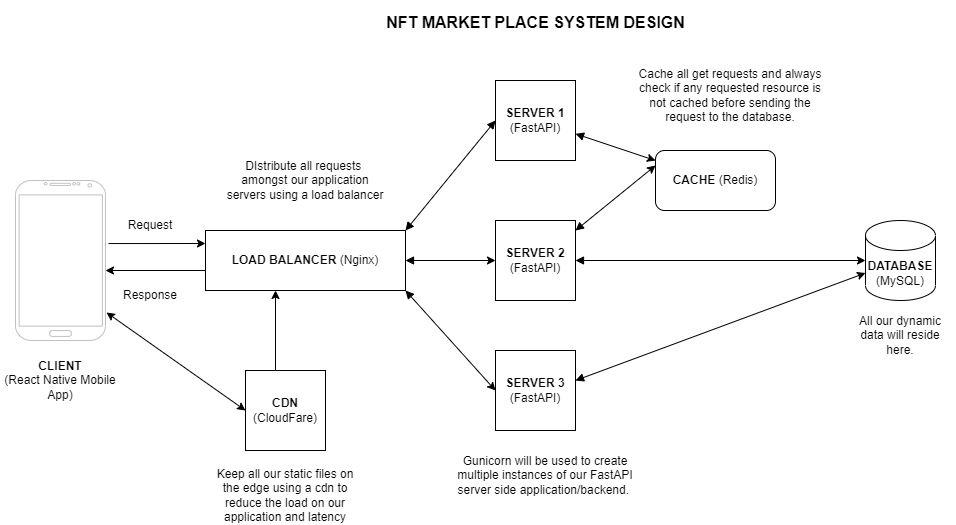
The draw.io diagram diagrams/system-design.png in kevy0915/NFT_MarketPlace, before a commit. Source tidied: cells renumbered, new cells last; positions are measured from the earlier drawing's top-left corner, leaving out a move shared by most shapes. Source of this version:
```xml
<mxGraphModel>
  <root>
    <mxCell id="0" />
    <mxCell id="1" parent="0" />
    <mxCell id="2" style="verticalLabelPosition=bottom;verticalAlign=top;html=1;shadow=0;dashed=0;strokeWidth=1;shape=mxgraph.android.phone2;strokeColor=#c0c0c0;" parent="1" vertex="1">
      <mxGeometry x="15" y="180" width="90" height="160" as="geometry" />
    </mxCell>
    <mxCell id="3" value="&lt;font style=&quot;font-size: 16px;&quot;&gt;NFT MARKET PLACE SYSTEM DESIGN&lt;/font&gt;" style="text;strokeColor=none;fillColor=none;html=1;fontSize=24;fontStyle=1;verticalAlign=middle;align=center;" parent="1" vertex="1">
      <mxGeometry x="485" width="100" height="40" as="geometry" />
    </mxCell>
    <mxCell id="4" value="&lt;b&gt;CLIENT&lt;/b&gt;&lt;br&gt;(React Native Mobile App)" style="text;html=1;strokeColor=none;fillColor=none;align=center;verticalAlign=middle;whiteSpace=wrap;rounded=0;" parent="1" vertex="1">
      <mxGeometry y="360" width="120" height="40" as="geometry" />
    </mxCell>
    <mxCell id="5" value="&lt;b&gt;LOAD BALANCER&amp;nbsp;&lt;/b&gt;(Nginx)" style="rounded=0;whiteSpace=wrap;html=1;" parent="1" vertex="1">
      <mxGeometry x="205" y="230" width="200" height="60" as="geometry" />
    </mxCell>
    <mxCell id="6" style="endArrow=classic;html=1;rounded=0;exitX=1.033;exitY=0.394;exitDx=0;exitDy=0;exitPerimeter=0;" parent="1" edge="1" source="2">
      <mxGeometry relative="1" as="geometry">
        <mxPoint x="205" y="243" as="targetPoint" />
      </mxGeometry>
    </mxCell>
    <mxCell id="7" value="&lt;b&gt;SERVER 1&lt;/b&gt;&lt;br&gt;(FastAPI)" style="whiteSpace=wrap;html=1;" parent="1" vertex="1">
      <mxGeometry x="495" y="80" width="80" height="80" as="geometry" />
    </mxCell>
    <mxCell id="8" value="&lt;span style=&quot;&quot;&gt;&lt;b&gt;SERVER 2&lt;br&gt;&lt;/b&gt;&lt;/span&gt;(FastAPI)&lt;span style=&quot;&quot;&gt;&lt;b&gt;&lt;br&gt;&lt;/b&gt;&lt;/span&gt;" style="whiteSpace=wrap;html=1;" parent="1" vertex="1">
      <mxGeometry x="495" y="220" width="80" height="80" as="geometry" />
    </mxCell>
    <mxCell id="9" value="&lt;span style=&quot;&quot;&gt;&lt;b&gt;SERVER 3&lt;br&gt;&lt;/b&gt;&lt;/span&gt;(FastAPI)&lt;span style=&quot;&quot;&gt;&lt;b&gt;&lt;br&gt;&lt;/b&gt;&lt;/span&gt;" style="whiteSpace=wrap;html=1;" parent="1" vertex="1">
      <mxGeometry x="495" y="350" width="80" height="80" as="geometry" />
    </mxCell>
    <mxCell id="10" value="&lt;b&gt;CACHE&lt;/b&gt;&amp;nbsp;(Redis)" style="rounded=1;whiteSpace=wrap;html=1;" parent="1" vertex="1">
      <mxGeometry x="655" y="150" width="120" height="60" as="geometry" />
    </mxCell>
    <mxCell id="11" value="&lt;b&gt;DATABASE&lt;/b&gt;&lt;br&gt;(MySQL)" style="shape=cylinder3;whiteSpace=wrap;html=1;boundedLbl=1;backgroundOutline=1;size=15;" parent="1" vertex="1">
      <mxGeometry x="865" y="220" width="70" height="80" as="geometry" />
    </mxCell>
    <mxCell id="12" value="Gunicorn will be used to create multiple instances of our FastAPI server side application/backend.&amp;nbsp;" style="text;html=1;strokeColor=none;fillColor=none;align=center;verticalAlign=middle;whiteSpace=wrap;rounded=0;" parent="1" vertex="1">
      <mxGeometry x="455" y="460" width="180" height="30" as="geometry" />
    </mxCell>
    <mxCell id="13" style="endArrow=block;html=1;rounded=0;exitX=1;exitY=0;exitDx=0;exitDy=0;entryX=0;entryY=0.5;entryDx=0;entryDy=0;endFill=1;startArrow=block;startFill=1;" parent="1" edge="1" source="5" target="7">
      <mxGeometry relative="1" as="geometry" />
    </mxCell>
    <mxCell id="14" style="endArrow=classic;html=1;rounded=0;entryX=0;entryY=0.5;entryDx=0;entryDy=0;exitX=1;exitY=0.5;exitDx=0;exitDy=0;startArrow=block;startFill=1;" parent="1" edge="1" source="5" target="8">
      <mxGeometry relative="1" as="geometry" />
    </mxCell>
    <mxCell id="15" style="endArrow=classic;html=1;rounded=0;entryX=0;entryY=0.5;entryDx=0;entryDy=0;exitX=1;exitY=1;exitDx=0;exitDy=0;startArrow=block;startFill=1;" parent="1" edge="1" source="5" target="9">
      <mxGeometry relative="1" as="geometry" />
    </mxCell>
    <mxCell id="16" style="endArrow=classic;html=1;rounded=0;entryX=0;entryY=0.167;entryDx=0;entryDy=0;entryPerimeter=0;startArrow=block;startFill=1;" parent="1" edge="1" source="7" target="10">
      <mxGeometry relative="1" as="geometry" />
    </mxCell>
    <mxCell id="17" style="endArrow=classic;html=1;rounded=0;entryX=0;entryY=0.25;entryDx=0;entryDy=0;startArrow=block;startFill=1;" parent="1" edge="1" target="10">
      <mxGeometry relative="1" as="geometry">
        <mxPoint x="575" y="230" as="sourcePoint" />
      </mxGeometry>
    </mxCell>
    <mxCell id="18" style="endArrow=classic;html=1;rounded=0;entryX=0;entryY=0;entryDx=0;entryDy=52.5;entryPerimeter=0;startArrow=block;startFill=1;" parent="1" edge="1" target="11">
      <mxGeometry relative="1" as="geometry">
        <mxPoint x="575" y="380" as="sourcePoint" />
      </mxGeometry>
    </mxCell>
    <mxCell id="19" style="endArrow=classic;html=1;rounded=0;entryX=0;entryY=0.5;entryDx=0;entryDy=0;entryPerimeter=0;startArrow=block;startFill=1;" parent="1" edge="1" source="8" target="11">
      <mxGeometry relative="1" as="geometry" />
    </mxCell>
    <mxCell id="20" value="Cache all get requests and always check if any requested resource is not cached before sending the request to the database." style="text;html=1;strokeColor=none;fillColor=none;align=center;verticalAlign=middle;whiteSpace=wrap;rounded=0;" parent="1" vertex="1">
      <mxGeometry x="635" y="80" width="190" height="30" as="geometry" />
    </mxCell>
    <mxCell id="21" value="Request" style="text;html=1;strokeColor=none;fillColor=none;align=center;verticalAlign=middle;whiteSpace=wrap;rounded=0;" parent="1" vertex="1">
      <mxGeometry x="120" y="210" width="60" height="30" as="geometry" />
    </mxCell>
    <mxCell id="22" style="endArrow=classic;html=1;rounded=0;" parent="1" edge="1">
      <mxGeometry relative="1" as="geometry">
        <mxPoint x="205" y="270" as="sourcePoint" />
        <mxPoint x="105" y="270" as="targetPoint" />
      </mxGeometry>
    </mxCell>
    <mxCell id="23" value="Response" style="text;html=1;strokeColor=none;fillColor=none;align=center;verticalAlign=middle;whiteSpace=wrap;rounded=0;" parent="1" vertex="1">
      <mxGeometry x="120" y="280" width="60" height="30" as="geometry" />
    </mxCell>
    <mxCell id="24" value="&lt;b&gt;CDN&lt;/b&gt;&lt;br&gt;(CloudFare)" style="whiteSpace=wrap;html=1;" parent="1" vertex="1">
      <mxGeometry x="245" y="370" width="80" height="80" as="geometry" />
    </mxCell>
    <mxCell id="25" style="endArrow=classic;startArrow=classic;html=1;rounded=0;entryX=0;entryY=0.5;entryDx=0;entryDy=0;exitX=1.011;exitY=0.825;exitDx=0;exitDy=0;exitPerimeter=0;" parent="1" edge="1" source="2" target="24">
      <mxGeometry relative="1" as="geometry" />
    </mxCell>
    <mxCell id="26" value="DIstribute all requests&amp;nbsp; amongst our application servers using a load balancer" style="text;html=1;strokeColor=none;fillColor=none;align=center;verticalAlign=middle;whiteSpace=wrap;rounded=0;" parent="1" vertex="1">
      <mxGeometry x="225" y="160" width="160" height="40" as="geometry" />
    </mxCell>
    <mxCell id="27" value="Keep all our static files on the edge using a cdn to reduce the load on our application and latency" style="text;html=1;strokeColor=none;fillColor=none;align=center;verticalAlign=middle;whiteSpace=wrap;rounded=0;" parent="1" vertex="1">
      <mxGeometry x="215" y="480" width="140" height="30" as="geometry" />
    </mxCell>
    <mxCell id="28" value="All our dynamic data will reside here." style="text;html=1;strokeColor=none;fillColor=none;align=center;verticalAlign=middle;whiteSpace=wrap;rounded=0;" parent="1" vertex="1">
      <mxGeometry x="845" y="320" width="110" height="30" as="geometry" />
    </mxCell>
    <mxCell id="29" style="endArrow=classic;html=1;rounded=0;" parent="1" edge="1">
      <mxGeometry relative="1" as="geometry">
        <mxPoint x="275" y="370" as="sourcePoint" />
        <mxPoint x="275" y="290" as="targetPoint" />
      </mxGeometry>
    </mxCell>
  </root>
</mxGraphModel>
```
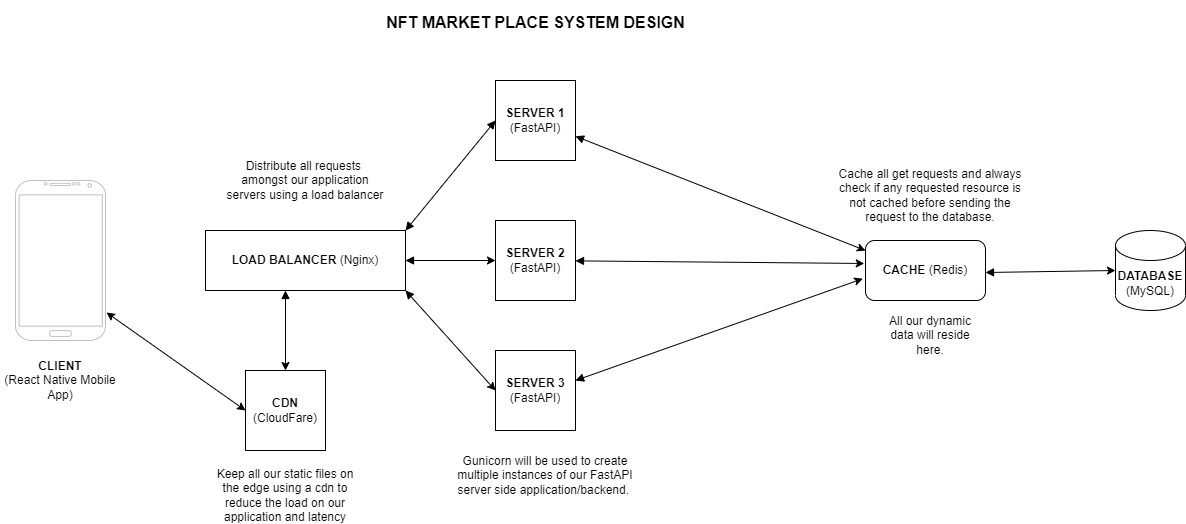
Above is the later version.

Commit message:
updated and improved  the system design diagram

What changed in the source:
```diff
@@ -14,11 +14,6 @@
     <mxCell id="5" value="&lt;b&gt;LOAD BALANCER&amp;nbsp;&lt;/b&gt;(Nginx)" style="rounded=0;whiteSpace=wrap;html=1;" parent="1" vertex="1">
       <mxGeometry x="205" y="230" width="200" height="60" as="geometry" />
     </mxCell>
-    <mxCell id="6" style="endArrow=classic;html=1;rounded=0;exitX=1.033;exitY=0.394;exitDx=0;exitDy=0;exitPerimeter=0;" parent="1" edge="1" source="2">
-      <mxGeometry relative="1" as="geometry">
-        <mxPoint x="205" y="243" as="targetPoint" />
-      </mxGeometry>
-    </mxCell>
     <mxCell id="7" value="&lt;b&gt;SERVER 1&lt;/b&gt;&lt;br&gt;(FastAPI)" style="whiteSpace=wrap;html=1;" parent="1" vertex="1">
       <mxGeometry x="495" y="80" width="80" height="80" as="geometry" />
     </mxCell>
@@ -29,10 +24,10 @@
       <mxGeometry x="495" y="350" width="80" height="80" as="geometry" />
     </mxCell>
     <mxCell id="10" value="&lt;b&gt;CACHE&lt;/b&gt;&amp;nbsp;(Redis)" style="rounded=1;whiteSpace=wrap;html=1;" parent="1" vertex="1">
-      <mxGeometry x="655" y="150" width="120" height="60" as="geometry" />
+      <mxGeometry x="865" y="240" width="120" height="60" as="geometry" />
     </mxCell>
     <mxCell id="11" value="&lt;b&gt;DATABASE&lt;/b&gt;&lt;br&gt;(MySQL)" style="shape=cylinder3;whiteSpace=wrap;html=1;boundedLbl=1;backgroundOutline=1;size=15;" parent="1" vertex="1">
-      <mxGeometry x="865" y="220" width="70" height="80" as="geometry" />
+      <mxGeometry x="1115" y="230" width="70" height="80" as="geometry" />
     </mxCell>
     <mxCell id="12" value="Gunicorn will be used to create multiple instances of our FastAPI server side application/backend.&amp;nbsp;" style="text;html=1;strokeColor=none;fillColor=none;align=center;verticalAlign=middle;whiteSpace=wrap;rounded=0;" parent="1" vertex="1">
       <mxGeometry x="455" y="460" width="180" height="30" as="geometry" />
@@ -49,54 +44,41 @@
     <mxCell id="16" style="endArrow=classic;html=1;rounded=0;entryX=0;entryY=0.167;entryDx=0;entryDy=0;entryPerimeter=0;startArrow=block;startFill=1;" parent="1" edge="1" source="7" target="10">
       <mxGeometry relative="1" as="geometry" />
     </mxCell>
-    <mxCell id="17" style="endArrow=classic;html=1;rounded=0;entryX=0;entryY=0.25;entryDx=0;entryDy=0;startArrow=block;startFill=1;" parent="1" edge="1" target="10">
-      <mxGeometry relative="1" as="geometry">
-        <mxPoint x="575" y="230" as="sourcePoint" />
-      </mxGeometry>
-    </mxCell>
-    <mxCell id="18" style="endArrow=classic;html=1;rounded=0;entryX=0;entryY=0;entryDx=0;entryDy=52.5;entryPerimeter=0;startArrow=block;startFill=1;" parent="1" edge="1" target="11">
+    <mxCell id="18" style="endArrow=classic;html=1;rounded=0;startArrow=block;startFill=1;entryX=-0.023;entryY=0.637;entryDx=0;entryDy=0;entryPerimeter=0;" parent="1" edge="1" target="10">
       <mxGeometry relative="1" as="geometry">
         <mxPoint x="575" y="380" as="sourcePoint" />
       </mxGeometry>
     </mxCell>
-    <mxCell id="19" style="endArrow=classic;html=1;rounded=0;entryX=0;entryY=0.5;entryDx=0;entryDy=0;entryPerimeter=0;startArrow=block;startFill=1;" parent="1" edge="1" source="8" target="11">
+    <mxCell id="19" style="endArrow=classic;html=1;rounded=0;startArrow=block;startFill=1;entryX=-0.01;entryY=0.383;entryDx=0;entryDy=0;entryPerimeter=0;" parent="1" edge="1" source="8" target="10">
       <mxGeometry relative="1" as="geometry" />
     </mxCell>
     <mxCell id="20" value="Cache all get requests and always check if any requested resource is not cached before sending the request to the database." style="text;html=1;strokeColor=none;fillColor=none;align=center;verticalAlign=middle;whiteSpace=wrap;rounded=0;" parent="1" vertex="1">
-      <mxGeometry x="635" y="80" width="190" height="30" as="geometry" />
+      <mxGeometry x="835" y="180" width="190" height="30" as="geometry" />
     </mxCell>
-    <mxCell id="21" value="Request" style="text;html=1;strokeColor=none;fillColor=none;align=center;verticalAlign=middle;whiteSpace=wrap;rounded=0;" parent="1" vertex="1">
-      <mxGeometry x="120" y="210" width="60" height="30" as="geometry" />
-    </mxCell>
-    <mxCell id="22" style="endArrow=classic;html=1;rounded=0;" parent="1" edge="1">
-      <mxGeometry relative="1" as="geometry">
-        <mxPoint x="205" y="270" as="sourcePoint" />
-        <mxPoint x="105" y="270" as="targetPoint" />
-      </mxGeometry>
-    </mxCell>
-    <mxCell id="23" value="Response" style="text;html=1;strokeColor=none;fillColor=none;align=center;verticalAlign=middle;whiteSpace=wrap;rounded=0;" parent="1" vertex="1">
-      <mxGeometry x="120" y="280" width="60" height="30" as="geometry" />
-    </mxCell>
     <mxCell id="24" value="&lt;b&gt;CDN&lt;/b&gt;&lt;br&gt;(CloudFare)" style="whiteSpace=wrap;html=1;" parent="1" vertex="1">
       <mxGeometry x="245" y="370" width="80" height="80" as="geometry" />
     </mxCell>
     <mxCell id="25" style="endArrow=classic;startArrow=classic;html=1;rounded=0;entryX=0;entryY=0.5;entryDx=0;entryDy=0;exitX=1.011;exitY=0.825;exitDx=0;exitDy=0;exitPerimeter=0;" parent="1" edge="1" source="2" target="24">
       <mxGeometry relative="1" as="geometry" />
     </mxCell>
-    <mxCell id="26" value="DIstribute all requests&amp;nbsp; amongst our application servers using a load balancer" style="text;html=1;strokeColor=none;fillColor=none;align=center;verticalAlign=middle;whiteSpace=wrap;rounded=0;" parent="1" vertex="1">
+    <mxCell id="26" value="Distribute all requests&amp;nbsp; amongst our application servers using a load balancer" style="text;html=1;strokeColor=none;fillColor=none;align=center;verticalAlign=middle;whiteSpace=wrap;rounded=0;" parent="1" vertex="1">
       <mxGeometry x="225" y="160" width="160" height="40" as="geometry" />
     </mxCell>
     <mxCell id="27" value="Keep all our static files on the edge using a cdn to reduce the load on our application and latency" style="text;html=1;strokeColor=none;fillColor=none;align=center;verticalAlign=middle;whiteSpace=wrap;rounded=0;" parent="1" vertex="1">
       <mxGeometry x="215" y="480" width="140" height="30" as="geometry" />
     </mxCell>
     <mxCell id="28" value="All our dynamic data will reside here." style="text;html=1;strokeColor=none;fillColor=none;align=center;verticalAlign=middle;whiteSpace=wrap;rounded=0;" parent="1" vertex="1">
-      <mxGeometry x="845" y="320" width="110" height="30" as="geometry" />
+      <mxGeometry x="875" y="320" width="110" height="30" as="geometry" />
     </mxCell>
-    <mxCell id="29" style="endArrow=classic;html=1;rounded=0;" parent="1" edge="1">
-      <mxGeometry relative="1" as="geometry">
-        <mxPoint x="275" y="370" as="sourcePoint" />
-        <mxPoint x="275" y="290" as="targetPoint" />
-      </mxGeometry>
-    </mxCell>
+    <mxCell id="30" style="endArrow=classic;html=1;rounded=0;startArrow=block;startFill=1;entryX=0;entryY=0.5;entryDx=0;entryDy=0;entryPerimeter=0;" parent="1" edge="1" target="11">
+      <mxGeometry relative="1" as="geometry">
+        <mxPoint x="985" y="272" as="sourcePoint" />
+      </mxGeometry>
+    </mxCell>
+    <mxCell id="31" style="endArrow=classic;html=1;rounded=0;entryX=0.5;entryY=0;entryDx=0;entryDy=0;startArrow=block;startFill=1;" parent="1" edge="1" target="24">
+      <mxGeometry relative="1" as="geometry">
+        <mxPoint x="285" y="290" as="sourcePoint" />
+      </mxGeometry>
+    </mxCell>
   </root>
 </mxGraphModel>
```
